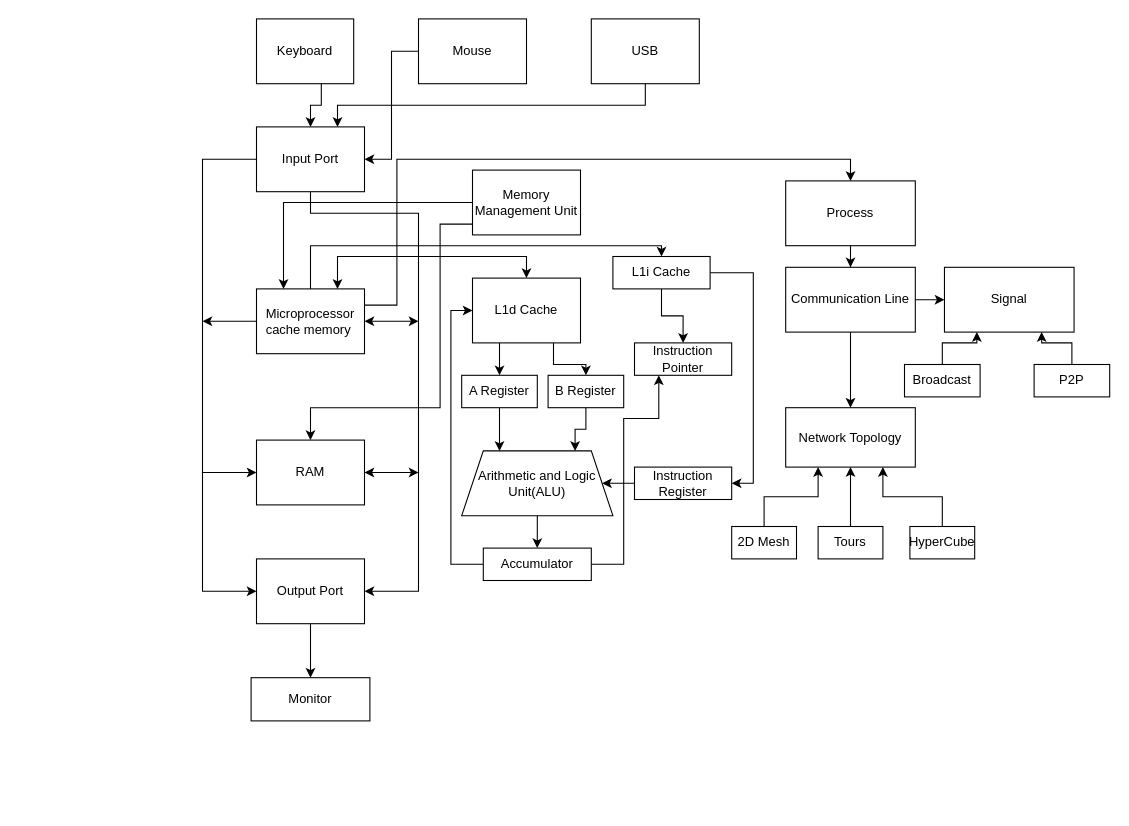
This is Assignment1.drawio from CoCoYJAickson/SFWR-TECH-3OS3, a draw.io file, before an edit. Source tidied: cells renumbered, new cells numbered last; positions are measured from the earlier drawing's top-left corner, leaving out a move shared by most shapes. Both pictures are drawn from the tidied source at 108%, with x=0, y=0 at pixel (202, 18).
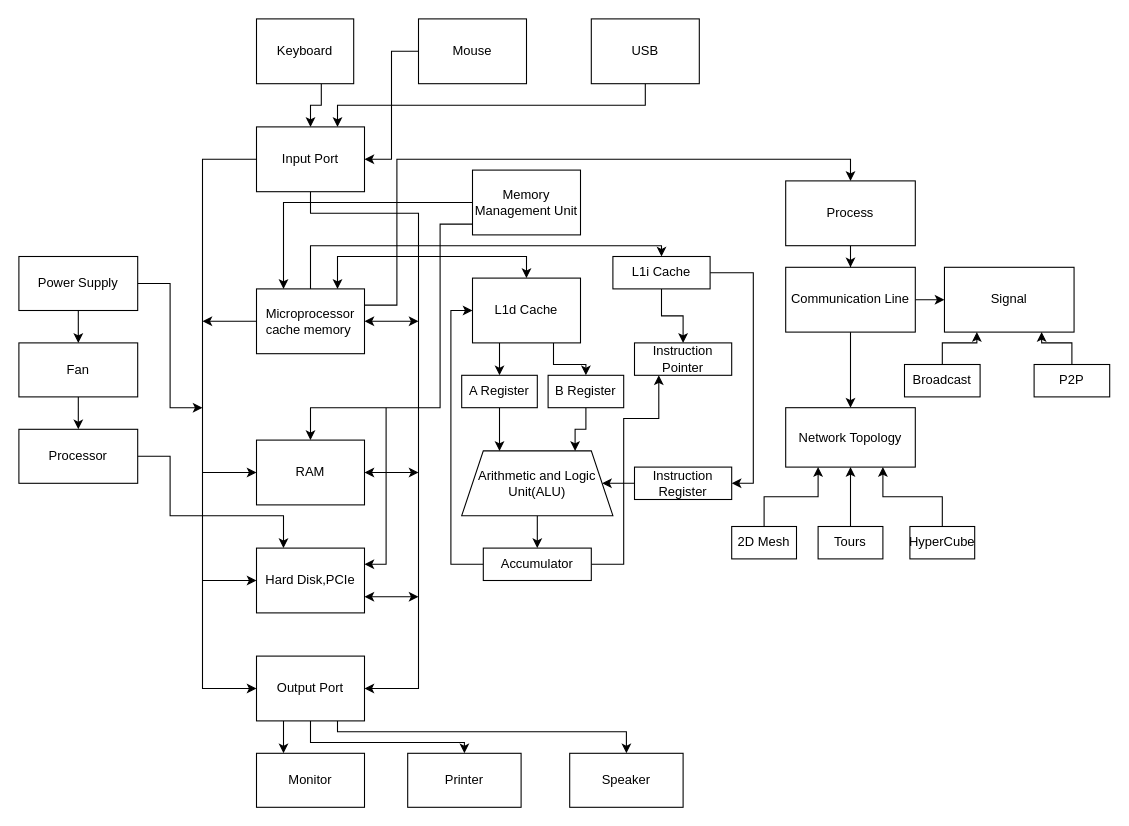
The same page after the edit.

The change refers to these unchanged cells:
```xml
<mxCell id="10" value="Input Port" style="rounded=0;whiteSpace=wrap;html=1;" parent="1" vertex="1">
  <mxGeometry x="50" y="100" width="100" height="60" as="geometry" />
</mxCell>
```

The edit, as a diff of the source:
```diff
@@
     <mxCell id="8" style="edgeStyle=orthogonalEdgeStyle;rounded=0;jettySize=auto;html=1;exitX=0.5;exitY=1;exitDx=0;exitDy=0;entryX=1;entryY=0.5;entryDx=0;entryDy=0;" parent="1" edge="1" source="10" target="16">
       <mxGeometry relative="1" as="geometry">
         <Array as="points">
           <mxPoint x="100" y="180" />
           <mxPoint x="200" y="180" />
-          <mxPoint x="200" y="530" />
+          <mxPoint x="200" y="620" />
         </Array>
       </mxGeometry>
     </mxCell>
     <mxCell id="9" style="edgeStyle=orthogonalEdgeStyle;rounded=0;jettySize=auto;html=1;entryX=0;entryY=0.5;entryDx=0;entryDy=0;" parent="1" edge="1" source="10" target="16">
       <mxGeometry relative="1" as="geometry">
         <Array as="points">
           <mxPoint y="130" />
-          <mxPoint y="530" />
+          <mxPoint y="620" />
         </Array>
       </mxGeometry>
     </mxCell>
@@
-    <mxCell id="15" style="edgeStyle=orthogonalEdgeStyle;rounded=0;jettySize=auto;html=1;entryX=0.5;entryY=0;entryDx=0;entryDy=0;" parent="1" edge="1" source="16" target="60">
+    <mxCell id="15" style="edgeStyle=orthogonalEdgeStyle;rounded=0;jettySize=auto;html=1;entryX=0.25;entryY=0;entryDx=0;entryDy=0;exitX=0.25;exitY=1;exitDx=0;exitDy=0;" parent="1" edge="1" source="16" target="60">
       <mxGeometry relative="1" as="geometry" />
     </mxCell>
+    <mxCell id="61" style="edgeStyle=orthogonalEdgeStyle;rounded=0;jettySize=auto;html=1;exitX=0.5;exitY=1;exitDx=0;exitDy=0;entryX=0.5;entryY=0;entryDx=0;entryDy=0;" parent="1" edge="1" source="16" target="67">
+      <mxGeometry relative="1" as="geometry">
+        <Array as="points">
+          <mxPoint x="100" y="670" />
+          <mxPoint x="243" y="670" />
+        </Array>
+      </mxGeometry>
+    </mxCell>
+    <mxCell id="62" style="edgeStyle=orthogonalEdgeStyle;rounded=0;jettySize=auto;html=1;exitX=0.75;exitY=1;exitDx=0;exitDy=0;entryX=0.5;entryY=0;entryDx=0;entryDy=0;" parent="1" edge="1" source="16" target="68">
+      <mxGeometry relative="1" as="geometry">
+        <Array as="points">
+          <mxPoint x="125" y="660" />
+          <mxPoint x="393" y="660" />
+        </Array>
+      </mxGeometry>
+    </mxCell>
     <mxCell id="16" value="Output Port" style="rounded=0;whiteSpace=wrap;html=1;" parent="1" vertex="1">
-      <mxGeometry x="50" y="500" width="100" height="60" as="geometry" />
+      <mxGeometry x="50" y="590" width="100" height="60" as="geometry" />
     </mxCell>
@@
     <mxCell id="60" value="Monitor" style="rounded=0;whiteSpace=wrap;html=1;" parent="1" vertex="1">
-      <mxGeometry x="45" y="610" width="110" height="40" as="geometry" />
+      <mxGeometry x="50" y="680" width="100" height="50" as="geometry" />
     </mxCell>
+    <mxCell id="63" value="Hard Disk,PCIe" style="rounded=0;whiteSpace=wrap;html=1;" parent="1" vertex="1">
+      <mxGeometry x="50" y="490" width="100" height="60" as="geometry" />
+    </mxCell>
+    <mxCell id="64" style="endArrow=classic;html=1;entryX=1;entryY=0.25;entryDx=0;entryDy=0;rounded=0;" parent="1" edge="1" target="63">
+      <mxGeometry relative="1" as="geometry">
+        <mxPoint x="170" y="360" as="sourcePoint" />
+        <Array as="points">
+          <mxPoint x="170" y="505" />
+        </Array>
+      </mxGeometry>
+    </mxCell>
+    <mxCell id="65" style="endArrow=classic;html=1;entryX=0;entryY=0.5;entryDx=0;entryDy=0;" parent="1" edge="1" target="63">
+      <mxGeometry relative="1" as="geometry">
+        <mxPoint y="520" as="sourcePoint" />
+      </mxGeometry>
+    </mxCell>
+    <mxCell id="66" style="endArrow=classic;startArrow=classic;html=1;exitX=1;exitY=0.75;exitDx=0;exitDy=0;" parent="1" edge="1" source="63">
+      <mxGeometry relative="1" as="geometry">
+        <mxPoint x="200" y="535" as="targetPoint" />
+      </mxGeometry>
+    </mxCell>
+    <mxCell id="67" value="Printer" style="rounded=0;whiteSpace=wrap;html=1;" parent="1" vertex="1">
+      <mxGeometry x="190" y="680" width="105" height="50" as="geometry" />
+    </mxCell>
+    <mxCell id="68" value="Speaker" style="rounded=0;whiteSpace=wrap;html=1;" parent="1" vertex="1">
+      <mxGeometry x="340" y="680" width="105" height="50" as="geometry" />
+    </mxCell>
+    <mxCell id="69" style="edgeStyle=orthogonalEdgeStyle;rounded=0;jettySize=auto;html=1;" parent="1" edge="1" source="71">
+      <mxGeometry relative="1" as="geometry">
+        <mxPoint y="360" as="targetPoint" />
+        <Array as="points">
+          <mxPoint x="-30" y="245" />
+          <mxPoint x="-30" y="360" />
+        </Array>
+      </mxGeometry>
+    </mxCell>
+    <mxCell id="70" style="edgeStyle=orthogonalEdgeStyle;rounded=0;jettySize=auto;html=1;entryX=0.5;entryY=0;entryDx=0;entryDy=0;" parent="1" edge="1" source="71" target="73">
+      <mxGeometry relative="1" as="geometry" />
+    </mxCell>
+    <mxCell id="71" value="Power Supply" style="rounded=0;whiteSpace=wrap;html=1;" parent="1" vertex="1">
+      <mxGeometry x="-170" y="220" width="110" height="50" as="geometry" />
+    </mxCell>
+    <mxCell id="72" style="edgeStyle=orthogonalEdgeStyle;rounded=0;jettySize=auto;html=1;entryX=0.5;entryY=0;entryDx=0;entryDy=0;" parent="1" edge="1" source="73" target="75">
+      <mxGeometry relative="1" as="geometry" />
+    </mxCell>
+    <mxCell id="73" value="Fan" style="rounded=0;whiteSpace=wrap;html=1;" parent="1" vertex="1">
+      <mxGeometry x="-170" y="300" width="110" height="50" as="geometry" />
+    </mxCell>
+    <mxCell id="74" style="edgeStyle=orthogonalEdgeStyle;rounded=0;jettySize=auto;html=1;exitX=1;exitY=0.5;exitDx=0;exitDy=0;entryX=0.25;entryY=0;entryDx=0;entryDy=0;" parent="1" edge="1" source="75" target="63">
+      <mxGeometry relative="1" as="geometry">
+        <Array as="points">
+          <mxPoint x="-30" y="405" />
+          <mxPoint x="-30" y="460" />
+          <mxPoint x="75" y="460" />
+        </Array>
+      </mxGeometry>
+    </mxCell>
+    <mxCell id="75" value="Processor" style="rounded=0;whiteSpace=wrap;html=1;" parent="1" vertex="1">
+      <mxGeometry x="-170" y="380" width="110" height="50" as="geometry" />
+    </mxCell>
```
